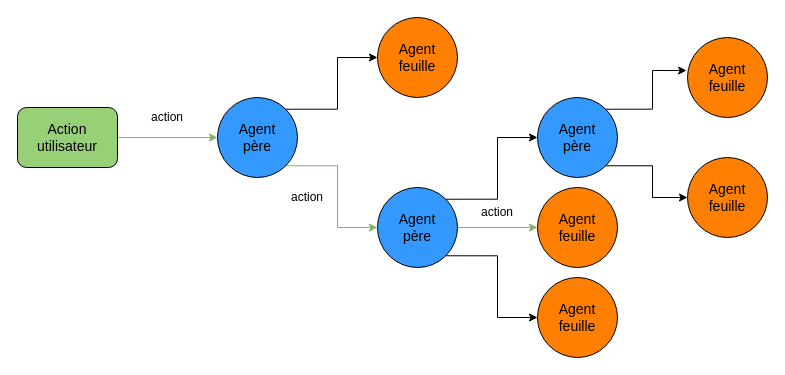
This is images/Conception/DM/multiagent.drawio from Wissben/Master-Thesis, a draw.io file, before an edit. Source tidied: cells renumbered, new cells numbered last; positions are measured from the earlier drawing's top-left corner, leaving out a move shared by most shapes. Both pictures are drawn from the tidied source at 100%, with x=0, y=0 at pixel (17, 17).
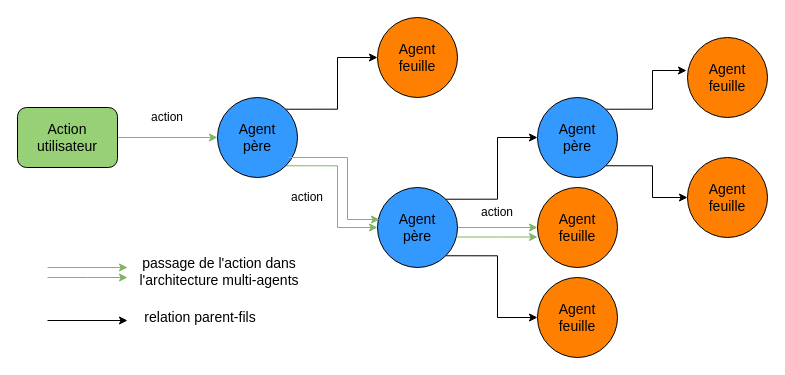
The same diagram, later.

Diff of the diagram source:
```diff
@@
+    <mxCell id="22" style="edgeStyle=orthogonalEdgeStyle;rounded=0;orthogonalLoop=1;jettySize=auto;html=1;exitX=1;exitY=1;exitDx=0;exitDy=0;entryX=0;entryY=0.5;entryDx=0;entryDy=0;fillColor=#d5e8d4;strokeColor=#82b366;" parent="1" edge="1">
+      <mxGeometry relative="1" as="geometry">
+        <mxPoint x="270" y="140" as="sourcePoint" />
+        <mxPoint x="362" y="202" as="targetPoint" />
+        <Array as="points">
+          <mxPoint x="330" y="140" />
+          <mxPoint x="330" y="202" />
+        </Array>
+      </mxGeometry>
+    </mxCell>
+    <mxCell id="23" style="edgeStyle=orthogonalEdgeStyle;rounded=0;orthogonalLoop=1;jettySize=auto;html=1;exitX=1;exitY=0.5;exitDx=0;exitDy=0;entryX=0;entryY=0.5;entryDx=0;entryDy=0;fillColor=#d5e8d4;strokeColor=#82b366;" parent="1" edge="1">
+      <mxGeometry relative="1" as="geometry">
+        <mxPoint x="440" y="219.5" as="sourcePoint" />
+        <mxPoint x="520" y="219.5" as="targetPoint" />
+        <Array as="points">
+          <mxPoint x="480" y="219.5" />
+          <mxPoint x="480" y="219.5" />
+        </Array>
+      </mxGeometry>
+    </mxCell>
+    <mxCell id="24" style="edgeStyle=orthogonalEdgeStyle;rounded=0;orthogonalLoop=1;jettySize=auto;html=1;exitX=1;exitY=0.5;exitDx=0;exitDy=0;entryX=0;entryY=0.5;entryDx=0;entryDy=0;fillColor=#d5e8d4;strokeColor=#82b366;" parent="1" edge="1">
+      <mxGeometry relative="1" as="geometry">
+        <mxPoint x="30" y="250" as="sourcePoint" />
+        <mxPoint x="110" y="250" as="targetPoint" />
+      </mxGeometry>
+    </mxCell>
+    <mxCell id="25" style="edgeStyle=orthogonalEdgeStyle;rounded=0;orthogonalLoop=1;jettySize=auto;html=1;exitX=1;exitY=0.5;exitDx=0;exitDy=0;entryX=0;entryY=0.5;entryDx=0;entryDy=0;fillColor=#d5e8d4;strokeColor=#82b366;" parent="1" edge="1">
+      <mxGeometry relative="1" as="geometry">
+        <mxPoint x="30" y="260" as="sourcePoint" />
+        <mxPoint x="110" y="260" as="targetPoint" />
+        <Array as="points">
+          <mxPoint x="70" y="259.5" />
+          <mxPoint x="70" y="259.5" />
+        </Array>
+      </mxGeometry>
+    </mxCell>
+    <mxCell id="26" style="endArrow=classic;html=1;" parent="1" edge="1">
+      <mxGeometry relative="1" as="geometry">
+        <mxPoint x="30" y="303" as="sourcePoint" />
+        <mxPoint x="110" y="303" as="targetPoint" />
+      </mxGeometry>
+    </mxCell>
+    <mxCell id="27" value="&lt;font style=&quot;font-size: 14px&quot;&gt;passage de l'action dans l'architecture multi-agents&lt;/font&gt;" style="text;html=1;strokeColor=none;fillColor=none;align=center;verticalAlign=middle;whiteSpace=wrap;rounded=0;" parent="1" vertex="1">
+      <mxGeometry x="112" y="244" width="180" height="20" as="geometry" />
+    </mxCell>
+    <mxCell id="28" value="&lt;font style=&quot;font-size: 14px&quot;&gt;relation parent-fils&lt;br&gt;&lt;/font&gt;" style="text;html=1;strokeColor=none;fillColor=none;align=center;verticalAlign=middle;whiteSpace=wrap;rounded=0;" parent="1" vertex="1">
+      <mxGeometry x="93" y="290" width="180" height="20" as="geometry" />
+    </mxCell>
```
